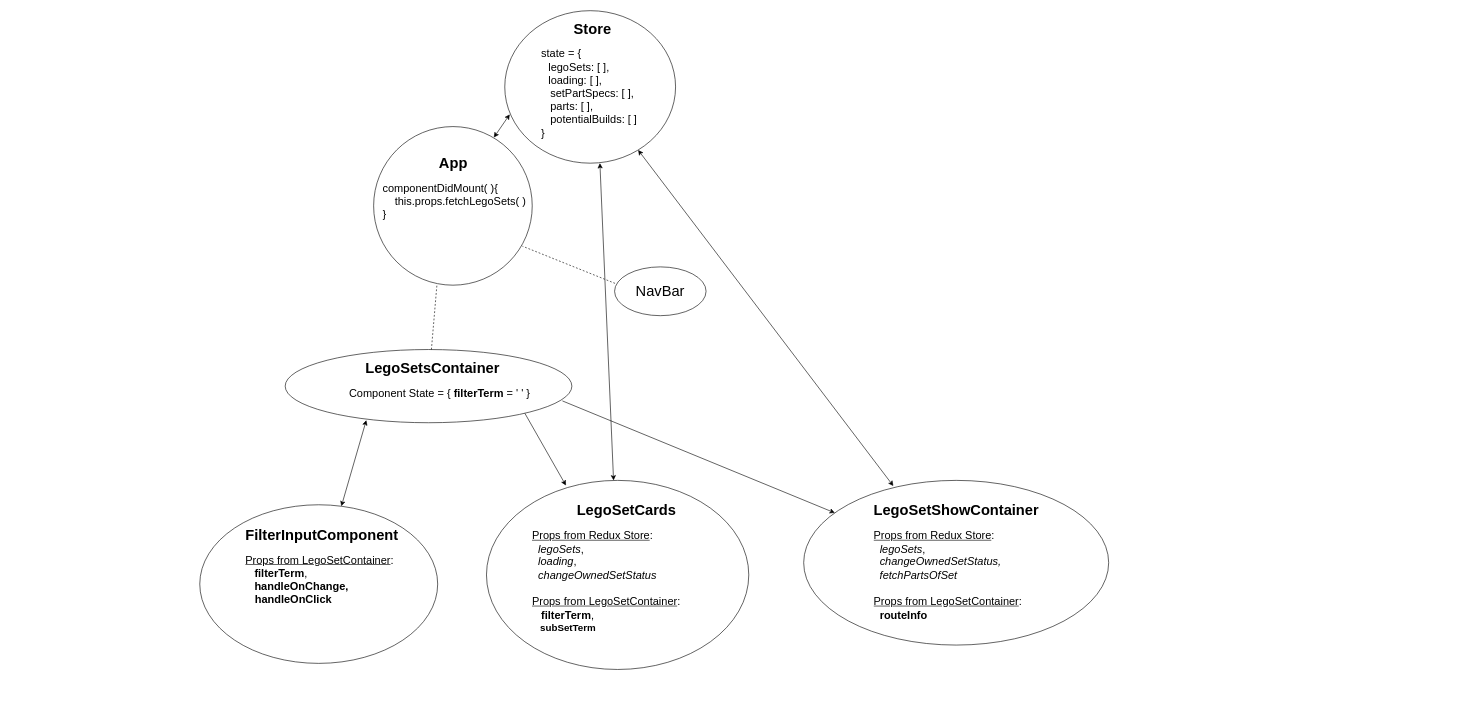
This is StateTreeDiagram.drawio from DavidRMorphew/my-bricks-app-frontend, a draw.io file, before an edit. Source tidied: cells renumbered, new cells numbered last; positions are measured from the earlier drawing's top-left corner, leaving out a move shared by most shapes. Both pictures are drawn from the tidied source at 61%, with x=0, y=0 at pixel (199, 10).
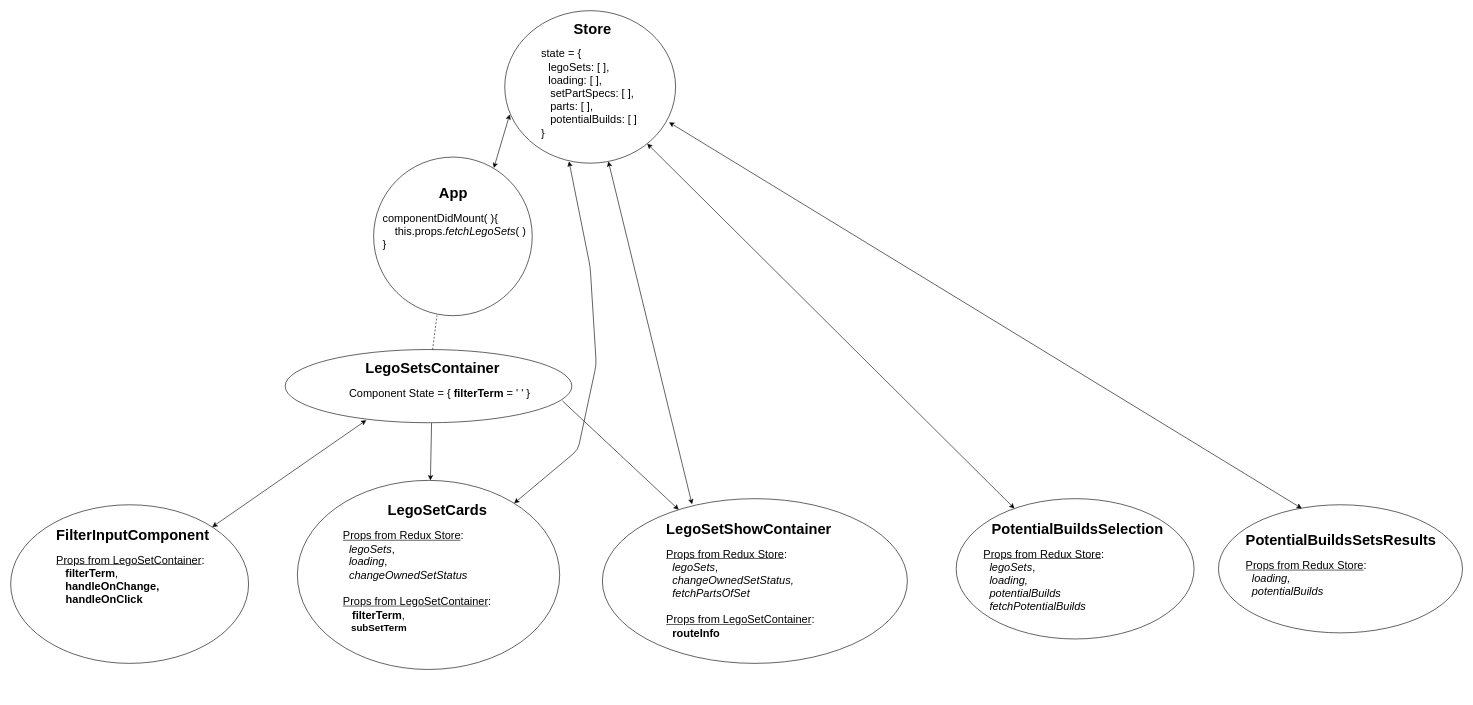
Above is the later version.

Commit message:
PotentialBuildSelection and PotentialBuildSetsResults components added to StateTreeDiagram

The change refers to these unchanged cells:
```xml
<mxCell id="2" style="ellipse;whiteSpace=wrap;html=1;" parent="1" vertex="1">
  <mxGeometry x="500" width="280" height="250" as="geometry" />
</mxCell>
<mxCell id="4" style="ellipse;whiteSpace=wrap;html=1;" parent="1" vertex="1">
  <mxGeometry x="140" y="555.5" width="470" height="120" as="geometry" />
</mxCell>
```

What changed in the source:
```diff
@@
     <mxCell id="7" style="ellipse;whiteSpace=wrap;html=1;" parent="1" vertex="1">
-      <mxGeometry y="810" width="390" height="260" as="geometry" />
+      <mxGeometry x="-310" y="810" width="390" height="260" as="geometry" />
     </mxCell>
     <mxCell id="8" value="&lt;h1&gt;FilterInputComponent&lt;/h1&gt;&lt;div&gt;&lt;div&gt;&lt;font style=&quot;font-size: 18px&quot;&gt;&lt;u&gt;Props from LegoSetContainer&lt;/u&gt;:&lt;br&gt;&lt;/font&gt;&lt;/div&gt;&lt;div&gt;&lt;font style=&quot;font-size: 18px&quot;&gt;&lt;i&gt;&amp;nbsp; &amp;nbsp;&lt;/i&gt;&lt;b&gt;filterTerm&lt;/b&gt;,&amp;nbsp;&lt;/font&gt;&lt;/div&gt;&lt;div&gt;&lt;font style=&quot;font-size: 18px&quot;&gt;&lt;i&gt;&amp;nbsp; &amp;nbsp;&lt;/i&gt;&lt;/font&gt;&lt;span&gt;&lt;b&gt;&lt;font style=&quot;font-size: 18px&quot;&gt;handleOnChange&lt;/font&gt;&lt;/b&gt;&lt;/span&gt;&lt;span&gt;&lt;b&gt;&lt;font style=&quot;font-size: 18px&quot;&gt;,&lt;/font&gt;&lt;/b&gt;&lt;span style=&quot;font-size: 14px&quot;&gt;&amp;nbsp;&lt;/span&gt;&lt;/span&gt;&lt;/div&gt;&lt;/div&gt;&lt;div&gt;&lt;span&gt;&lt;span style=&quot;font-size: 14px&quot;&gt;&amp;nbsp; &amp;nbsp;&amp;nbsp;&lt;/span&gt;&lt;font style=&quot;font-size: 18px&quot;&gt;&lt;b&gt;handleOnClick&lt;/b&gt;&lt;/font&gt;&lt;/span&gt;&lt;/div&gt;" style="text;html=1;strokeColor=none;fillColor=none;spacing=5;spacingTop=-20;whiteSpace=wrap;overflow=hidden;rounded=0;" parent="1" vertex="1">
-      <mxGeometry x="70" y="840" width="280" height="200" as="geometry" />
+      <mxGeometry x="-240" y="840" width="280" height="200" as="geometry" />
     </mxCell>
@@
     <mxCell id="10" style="ellipse;whiteSpace=wrap;html=1;" parent="1" vertex="1">
-      <mxGeometry x="285" y="190" width="260" height="260" as="geometry" />
+      <mxGeometry x="285" y="240" width="260" height="260" as="geometry" />
     </mxCell>
-    <mxCell id="11" value="&lt;h1&gt;&amp;nbsp; &amp;nbsp; &amp;nbsp; &amp;nbsp; &amp;nbsp; &amp;nbsp; &amp;nbsp; App&lt;/h1&gt;&lt;div&gt;&lt;font style=&quot;font-size: 18px&quot;&gt;componentDidMount( ){&lt;/font&gt;&lt;/div&gt;&lt;div&gt;&lt;font style=&quot;font-size: 18px&quot;&gt;&amp;nbsp; &amp;nbsp; this.props.fetchLegoSets( )&lt;/font&gt;&lt;/div&gt;&lt;div&gt;&lt;font style=&quot;font-size: 18px&quot;&gt;}&lt;/font&gt;&lt;/div&gt;" style="text;html=1;strokeColor=none;fillColor=none;spacing=5;spacingTop=-20;whiteSpace=wrap;overflow=hidden;rounded=0;" parent="1" vertex="1">
-      <mxGeometry x="295" y="230" width="260" height="140" as="geometry" />
+    <mxCell id="11" value="&lt;h1&gt;&amp;nbsp; &amp;nbsp; &amp;nbsp; &amp;nbsp; &amp;nbsp; &amp;nbsp; &amp;nbsp; App&lt;/h1&gt;&lt;div&gt;&lt;font style=&quot;font-size: 18px&quot;&gt;componentDidMount( ){&lt;/font&gt;&lt;/div&gt;&lt;div&gt;&lt;font style=&quot;font-size: 18px&quot;&gt;&amp;nbsp; &amp;nbsp; this.props.&lt;i&gt;fetchLegoSets&lt;/i&gt;( )&lt;/font&gt;&lt;/div&gt;&lt;div&gt;&lt;font style=&quot;font-size: 18px&quot;&gt;}&lt;/font&gt;&lt;/div&gt;" style="text;html=1;strokeColor=none;fillColor=none;spacing=5;spacingTop=-20;whiteSpace=wrap;overflow=hidden;rounded=0;" parent="1" vertex="1">
+      <mxGeometry x="295" y="280" width="260" height="140" as="geometry" />
     </mxCell>
     <mxCell id="12" style="ellipse;whiteSpace=wrap;html=1;" parent="1" vertex="1">
-      <mxGeometry x="470" y="770" width="430" height="310" as="geometry" />
+      <mxGeometry x="160" y="770" width="430" height="310" as="geometry" />
     </mxCell>
@@
-    <mxCell id="14" style="endArrow=classic;startArrow=classic;html=1;exitX=0.557;exitY=1;exitDx=0;exitDy=0;exitPerimeter=0;" parent="1" edge="1" source="2" target="12">
-      <mxGeometry relative="1" as="geometry" />
+    <mxCell id="14" style="endArrow=classic;startArrow=classic;html=1;exitX=0.376;exitY=0.988;exitDx=0;exitDy=0;exitPerimeter=0;" parent="1" edge="1" source="2" target="12">
+      <mxGeometry relative="1" as="geometry">
+        <Array as="points">
+          <mxPoint x="640" y="420" />
+          <mxPoint x="650" y="580" />
+          <mxPoint x="620" y="720" />
+        </Array>
+      </mxGeometry>
     </mxCell>
     <mxCell id="15" value="&lt;h1&gt;&amp;nbsp; &amp;nbsp; &amp;nbsp; &amp;nbsp; &amp;nbsp; &amp;nbsp;LegoSetCards&lt;/h1&gt;&lt;div&gt;&lt;font style=&quot;font-size: 18px&quot;&gt;&lt;u&gt;Props from Redux Store&lt;/u&gt;:&amp;nbsp;&lt;/font&gt;&lt;/div&gt;&lt;div&gt;&lt;font style=&quot;font-size: 18px&quot;&gt;&amp;nbsp; &lt;i&gt;legoSets&lt;/i&gt;,&lt;/font&gt;&lt;/div&gt;&lt;div&gt;&lt;font style=&quot;font-size: 18px&quot;&gt;&amp;nbsp; &lt;i&gt;loading&lt;/i&gt;,&lt;/font&gt;&lt;/div&gt;&lt;div&gt;&lt;font style=&quot;font-size: 18px&quot;&gt;&amp;nbsp; &lt;i&gt;changeOwnedSetStatus&lt;/i&gt;&lt;/font&gt;&lt;/div&gt;&lt;div&gt;&lt;font style=&quot;font-size: 18px&quot;&gt;&amp;nbsp; &amp;nbsp;&lt;/font&gt;&lt;/div&gt;&lt;div&gt;&lt;font style=&quot;font-size: 18px&quot;&gt;&lt;u&gt;Props from LegoSetContainer&lt;/u&gt;:&lt;br&gt;&lt;/font&gt;&lt;/div&gt;&lt;div&gt;&lt;font style=&quot;font-size: 18px&quot;&gt;&lt;i&gt;&amp;nbsp; &amp;nbsp;&lt;/i&gt;&lt;span&gt;&lt;b&gt;filterTerm&lt;/b&gt;&lt;/span&gt;&lt;span&gt;,&amp;nbsp;&lt;/span&gt;&lt;/font&gt;&lt;/div&gt;&lt;div&gt;&lt;font size=&quot;3&quot;&gt;&lt;i&gt;&amp;nbsp; &amp;nbsp;&lt;/i&gt;&lt;span&gt;&lt;b&gt;subSetTerm&lt;/b&gt;&lt;/span&gt;&lt;span&gt;&amp;nbsp;&lt;/span&gt;&lt;/font&gt;&lt;/div&gt;" style="text;html=1;strokeColor=none;fillColor=none;spacing=5;spacingTop=-20;whiteSpace=wrap;overflow=hidden;rounded=0;" parent="1" vertex="1">
-      <mxGeometry x="540" y="800" width="390" height="320" as="geometry" />
+      <mxGeometry x="230" y="800" width="390" height="320" as="geometry" />
     </mxCell>
-    <mxCell id="16" style="endArrow=classic;html=1;exitX=0.836;exitY=0.871;exitDx=0;exitDy=0;exitPerimeter=0;entryX=0.303;entryY=0.027;entryDx=0;entryDy=0;entryPerimeter=0;" parent="1" edge="1" source="4" target="12">
-      <mxGeometry relative="1" as="geometry" />
+    <mxCell id="16" style="endArrow=classic;html=1;" parent="1" edge="1" target="12">
+      <mxGeometry relative="1" as="geometry">
+        <mxPoint x="380" y="676" as="sourcePoint" />
+      </mxGeometry>
     </mxCell>
     <mxCell id="17" style="ellipse;whiteSpace=wrap;html=1;" parent="1" vertex="1">
-      <mxGeometry x="990" y="770" width="500" height="270" as="geometry" />
+      <mxGeometry x="660" y="800" width="500" height="270" as="geometry" />
     </mxCell>
     <mxCell id="18" value="&lt;h1&gt;LegoSetShowContainer&lt;/h1&gt;&lt;div&gt;&lt;div&gt;&lt;font style=&quot;font-size: 18px&quot;&gt;&lt;u&gt;Props from Redux Store&lt;/u&gt;:&amp;nbsp;&lt;/font&gt;&lt;/div&gt;&lt;div&gt;&lt;font style=&quot;font-size: 18px&quot;&gt;&amp;nbsp;&amp;nbsp;&lt;i&gt;legoSets&lt;/i&gt;,&lt;/font&gt;&lt;/div&gt;&lt;/div&gt;&lt;div&gt;&lt;font style=&quot;font-size: 18px&quot;&gt;&amp;nbsp; &lt;i&gt;changeOwnedSetStatus,&lt;/i&gt;&lt;/font&gt;&lt;/div&gt;&lt;div&gt;&lt;font style=&quot;font-size: 18px&quot;&gt;&lt;i&gt;&amp;nbsp; fetchPartsOfSet&lt;/i&gt;&lt;/font&gt;&lt;/div&gt;&lt;div&gt;&lt;font style=&quot;font-size: 18px&quot;&gt;&lt;i&gt;&lt;br&gt;&lt;/i&gt;&lt;/font&gt;&lt;/div&gt;&lt;div&gt;&lt;font style=&quot;font-size: 18px&quot;&gt;&lt;u&gt;Props from LegoSetContainer&lt;/u&gt;:&lt;i&gt;&lt;br&gt;&lt;/i&gt;&lt;/font&gt;&lt;/div&gt;&lt;div&gt;&lt;font style=&quot;font-size: 18px&quot;&gt;&amp;nbsp; &lt;b&gt;routeInfo&lt;/b&gt;&lt;/font&gt;&lt;/div&gt;" style="text;html=1;strokeColor=none;fillColor=none;spacing=5;spacingTop=-20;whiteSpace=wrap;overflow=hidden;rounded=0;" parent="1" vertex="1">
-      <mxGeometry x="1100" y="800" width="310" height="220" as="geometry" />
+      <mxGeometry x="760" y="830" width="310" height="220" as="geometry" />
     </mxCell>
@@
-    <mxCell id="21" style="ellipse;whiteSpace=wrap;html=1;" parent="1" vertex="1">
-      <mxGeometry x="680" y="420" width="150" height="80" as="geometry" />
-    </mxCell>
-    <mxCell id="22" value="&lt;font style=&quot;font-size: 24px&quot;&gt;NavBar&lt;/font&gt;" style="text;html=1;strokeColor=none;fillColor=none;align=center;verticalAlign=middle;whiteSpace=wrap;rounded=0;" parent="1" vertex="1">
-      <mxGeometry x="710" y="450" width="90" height="20" as="geometry" />
-    </mxCell>
-    <mxCell id="23" style="endArrow=none;dashed=1;html=1;entryX=0.938;entryY=0.754;entryDx=0;entryDy=0;entryPerimeter=0;exitX=0.005;exitY=0.338;exitDx=0;exitDy=0;exitPerimeter=0;" parent="1" edge="1" source="21" target="10">
-      <mxGeometry relative="1" as="geometry" />
-    </mxCell>
+    <mxCell id="24" style="ellipse;whiteSpace=wrap;html=1;" parent="1" vertex="1">
+      <mxGeometry x="1240" y="800" width="390" height="230" as="geometry" />
+    </mxCell>
+    <mxCell id="25" value="&lt;h1&gt;&amp;nbsp; PotentialBuildsSelection&amp;nbsp;&lt;/h1&gt;&lt;h1&gt;&lt;div style=&quot;font-size: 12px ; font-weight: 400&quot;&gt;&lt;div&gt;&lt;font style=&quot;font-size: 18px&quot;&gt;&lt;u&gt;Props from Redux Store&lt;/u&gt;:&amp;nbsp;&lt;/font&gt;&lt;/div&gt;&lt;div&gt;&lt;font style=&quot;font-size: 18px&quot;&gt;&amp;nbsp;&amp;nbsp;&lt;i&gt;legoSets&lt;/i&gt;,&lt;/font&gt;&lt;/div&gt;&lt;div&gt;&lt;font style=&quot;font-size: 18px&quot;&gt;&amp;nbsp; &lt;i&gt;loading,&lt;/i&gt;&lt;/font&gt;&lt;/div&gt;&lt;/div&gt;&lt;div style=&quot;font-size: 12px ; font-weight: 400&quot;&gt;&lt;font style=&quot;font-size: 18px&quot;&gt;&amp;nbsp;&amp;nbsp;&lt;i&gt;potentialBuilds&lt;/i&gt;&lt;/font&gt;&lt;/div&gt;&lt;div style=&quot;font-size: 12px ; font-weight: 400&quot;&gt;&lt;font style=&quot;font-size: 18px&quot;&gt;&lt;i&gt;&amp;nbsp; fetchPotentialBuilds&lt;/i&gt;&lt;/font&gt;&lt;/div&gt;&lt;/h1&gt;&lt;div&gt;&lt;span style=&quot;font-size: 18px ; font-weight: normal&quot;&gt;&lt;br&gt;&lt;/span&gt;&lt;/div&gt;&lt;div&gt;&lt;span style=&quot;font-size: 18px ; font-weight: normal&quot;&gt;&lt;br&gt;&lt;/span&gt;&lt;/div&gt;" style="text;html=1;strokeColor=none;fillColor=none;spacing=5;spacingTop=-20;whiteSpace=wrap;overflow=hidden;rounded=0;" parent="1" vertex="1">
+      <mxGeometry x="1280" y="830" width="320" height="250" as="geometry" />
+    </mxCell>
+    <mxCell id="26" style="endArrow=classic;startArrow=classic;html=1;" parent="1" edge="1" source="2" target="24">
+      <mxGeometry relative="1" as="geometry" />
+    </mxCell>
+    <mxCell id="27" style="ellipse;whiteSpace=wrap;html=1;" parent="1" vertex="1">
+      <mxGeometry x="1670" y="810" width="400" height="210" as="geometry" />
+    </mxCell>
+    <mxCell id="28" value="&lt;h1&gt;&amp;nbsp; PotentialBuildsSetsResults&amp;nbsp;&lt;/h1&gt;&lt;h1&gt;&lt;div style=&quot;font-size: 12px ; font-weight: 400&quot;&gt;&lt;div&gt;&lt;font style=&quot;font-size: 18px&quot;&gt;&lt;u&gt;Props from Redux Store&lt;/u&gt;:&amp;nbsp;&lt;/font&gt;&lt;/div&gt;&lt;div&gt;&lt;font style=&quot;font-size: 18px&quot;&gt;&amp;nbsp;&amp;nbsp;&lt;/font&gt;&lt;i style=&quot;font-size: 18px&quot;&gt;loading,&lt;/i&gt;&lt;/div&gt;&lt;/div&gt;&lt;div style=&quot;font-size: 12px ; font-weight: 400&quot;&gt;&lt;font style=&quot;font-size: 18px&quot;&gt;&amp;nbsp;&amp;nbsp;&lt;i&gt;potentialBuilds&lt;/i&gt;&lt;/font&gt;&lt;/div&gt;&lt;/h1&gt;&lt;div&gt;&lt;span style=&quot;font-size: 18px ; font-weight: normal&quot;&gt;&lt;br&gt;&lt;/span&gt;&lt;/div&gt;&lt;div&gt;&lt;span style=&quot;font-size: 18px ; font-weight: normal&quot;&gt;&lt;br&gt;&lt;/span&gt;&lt;/div&gt;" style="text;html=1;strokeColor=none;fillColor=none;spacing=5;spacingTop=-20;whiteSpace=wrap;overflow=hidden;rounded=0;" parent="1" vertex="1">
+      <mxGeometry x="1710" y="820" width="340" height="160" as="geometry" />
+    </mxCell>
+    <mxCell id="29" style="endArrow=classic;startArrow=classic;html=1;exitX=0.962;exitY=0.732;exitDx=0;exitDy=0;exitPerimeter=0;entryX=0.284;entryY=-0.025;entryDx=0;entryDy=0;entryPerimeter=0;" parent="1" edge="1" source="2" target="28">
+      <mxGeometry relative="1" as="geometry" />
+    </mxCell>
```
